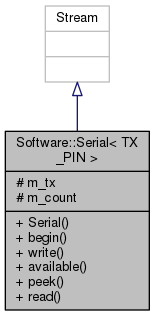
This is Arduino-GPIO/d8/d30/classSoftware_1_1Serial__inherit__graph.png from mikaelpatel/mikaelpatel.github.io, a Graphviz export, as it was before one commit. Its source is kept beside it as Arduino-GPIO/d8/d30/classSoftware_1_1Serial__inherit__graph.dot.
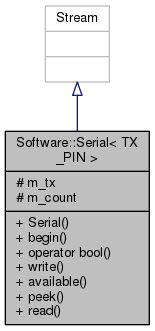
Above is the later version.

Diff of the diagram source:
```diff
@@ -2,7 +2,7 @@
 {
   edge [fontname="Helvetica",fontsize="10",labelfontname="Helvetica",labelfontsize="10"];
   node [fontname="Helvetica",fontsize="10",shape=record];
-  Node1 [label="{Software::Serial\< TX\l_PIN \>\n|# m_tx\l# m_count\l|+ Serial()\l+ begin()\l+ write()\l+ available()\l+ peek()\l+ read()\l}",height=0.2,width=0.4,color="black", fillcolor="grey75", style="filled", fontcolor="black"];
+  Node1 [label="{Software::Serial\< TX\l_PIN \>\n|# m_tx\l# m_count\l|+ Serial()\l+ begin()\l+ operator bool()\l+ write()\l+ available()\l+ peek()\l+ read()\l}",height=0.2,width=0.4,color="black", fillcolor="grey75", style="filled", fontcolor="black"];
   Node2 -> Node1 [dir="back",color="midnightblue",fontsize="10",style="solid",arrowtail="onormal",fontname="Helvetica"];
   Node2 [label="{Stream\n||}",height=0.2,width=0.4,color="grey75", fillcolor="white", style="filled"];
 }
```
